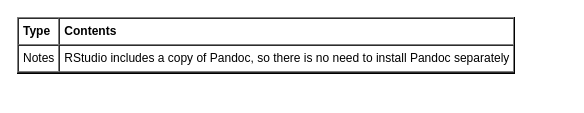
Earlier version of the draw.io diagram page "RStudio" (4 of 5) of languages/R/R.drawio (yangdj/tf_docs). Source tidied: cells renumbered, new cells numbered last; positions are measured from the earlier drawing's top-left corner, leaving out a move shared by most shapes. Both pictures are drawn from the tidied source at 100%, with x=0, y=0 at pixel (17, 17).
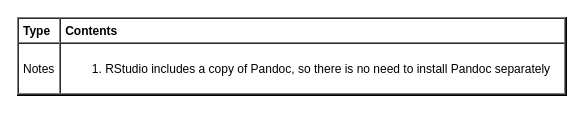
The same page after the edit.

What changed in the source:
```diff
@@
 <mxGraphModel>
   <root>
     <mxCell id="0" />
     <mxCell id="1" parent="0" />
-    <mxCell id="2" value="&lt;table cellpadding=&quot;4&quot; cellspacing=&quot;0&quot; border=&quot;1&quot; style=&quot;font-size: 1em ; width: 100% ; height: 100%&quot;&gt;&lt;tbody&gt;&lt;tr&gt;&lt;th&gt;Type&lt;/th&gt;&lt;th&gt;Contents&lt;/th&gt;&lt;/tr&gt;&lt;tr&gt;&lt;td&gt;Notes&lt;/td&gt;&lt;td&gt;RStudio includes a copy of Pandoc, so there is no need to install Pandoc separately&lt;/td&gt;&lt;/tr&gt;&lt;/tbody&gt;&lt;/table&gt; " style="verticalAlign=top;align=left;overflow=fill;fontSize=12;fontFamily=Helvetica;html=1;" parent="1" vertex="1">
-      <mxGeometry width="497" height="56" as="geometry" />
+    <mxCell id="2" value="&lt;table cellpadding=&quot;4&quot; cellspacing=&quot;0&quot; border=&quot;1&quot; style=&quot;font-size: 1em ; width: 100% ; height: 100%&quot;&gt;&lt;tbody&gt;&lt;tr&gt;&lt;th&gt;Type&lt;/th&gt;&lt;th&gt;Contents&lt;/th&gt;&lt;/tr&gt;&lt;tr&gt;&lt;td&gt;Notes&lt;/td&gt;&lt;td&gt;&lt;ol&gt;&lt;li&gt;RStudio includes a copy of Pandoc, so there is no need to install Pandoc separately&lt;/li&gt;&lt;/ol&gt;&lt;/td&gt;&lt;/tr&gt;&lt;/tbody&gt;&lt;/table&gt; " style="verticalAlign=top;align=left;overflow=fill;fontSize=12;fontFamily=Helvetica;html=1;" parent="1" vertex="1">
+      <mxGeometry width="549" height="78" as="geometry" />
     </mxCell>
   </root>
 </mxGraphModel>
```
